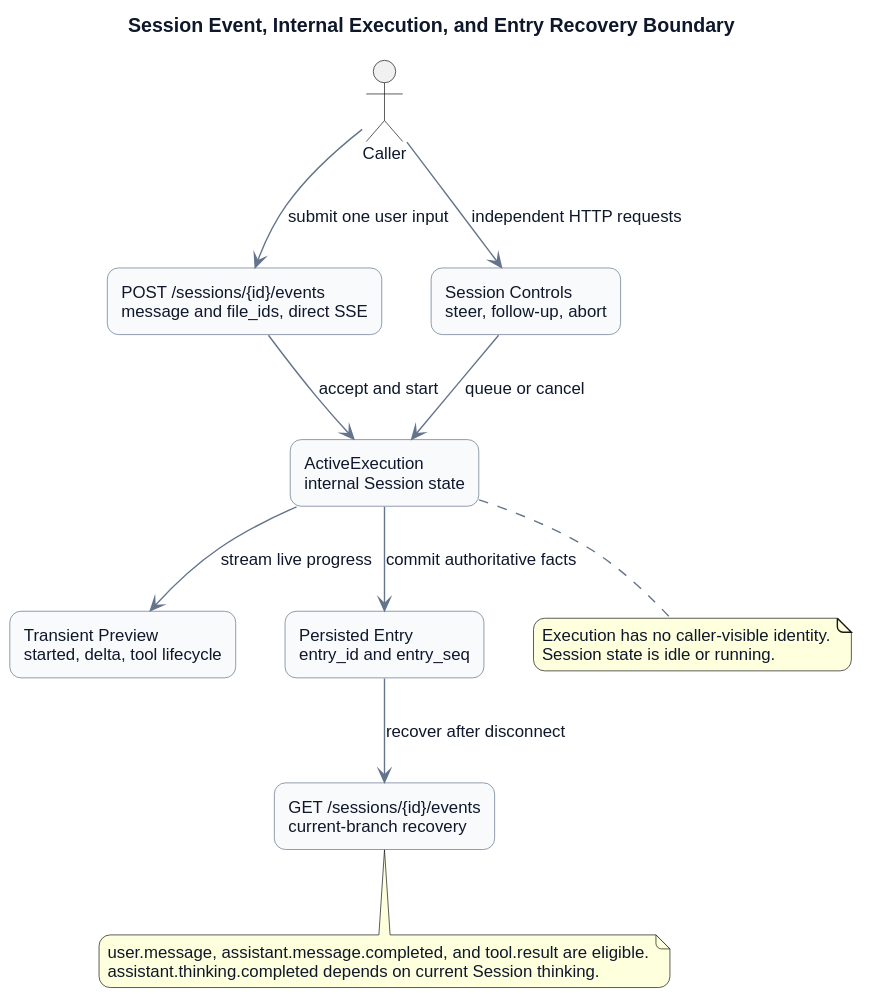
ssm0808/pi-mono-java-design keeps this PlantUML diagram as pi-mono-java-manager-driven-multi-agent-runtime/diagrams/execution-control/http_execution_resource_model.svg. Above is the earlier version.
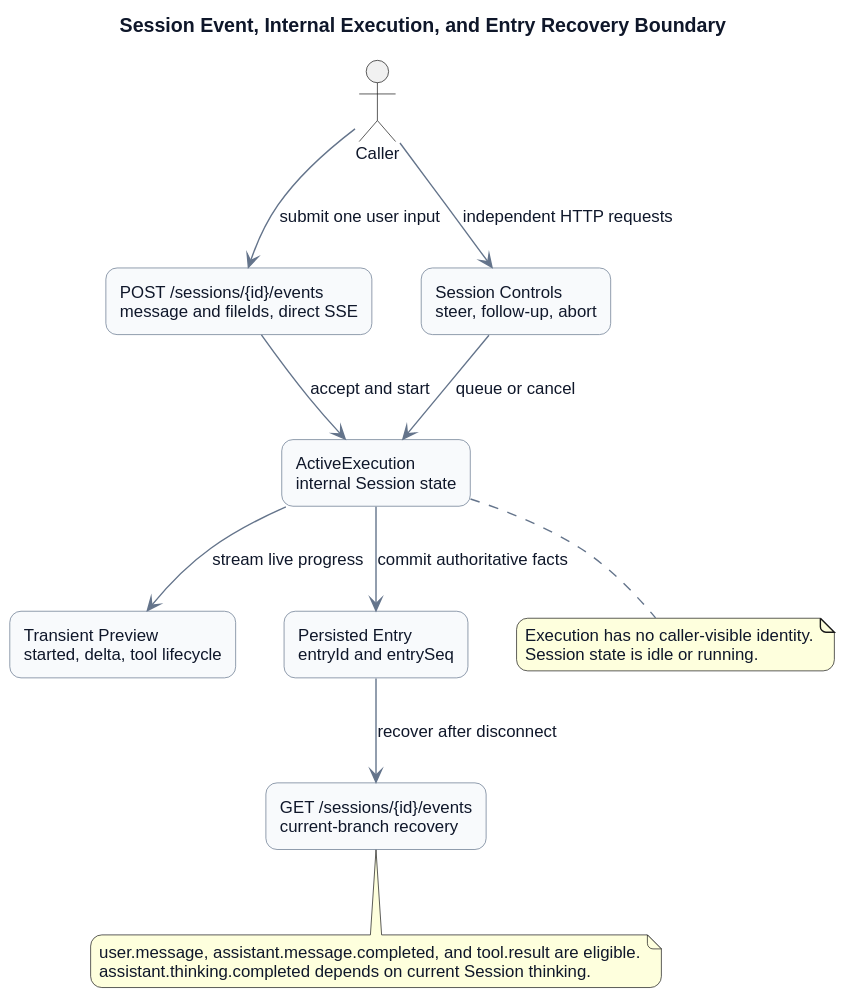
Above is the later version.

The edit, as a diff of the source:
```diff
@@ -16,10 +16,10 @@
 }
 
 actor Caller
-rectangle "POST /sessions/{id}/events\nmessage and file_ids, direct SSE" as SendEvent
+rectangle "POST /sessions/{id}/events\nmessage and fileIds, direct SSE" as SendEvent
 rectangle "ActiveExecution\ninternal Session state" as Execution
 rectangle "Transient Preview\nstarted, delta, tool lifecycle" as Preview
-rectangle "Persisted Entry\nentry_id and entry_seq" as Entry
+rectangle "Persisted Entry\nentryId and entrySeq" as Entry
 rectangle "GET /sessions/{id}/events\ncurrent-branch recovery" as GetEvents
 rectangle "Session Controls\nsteer, follow-up, abort" as Controls
 
```
